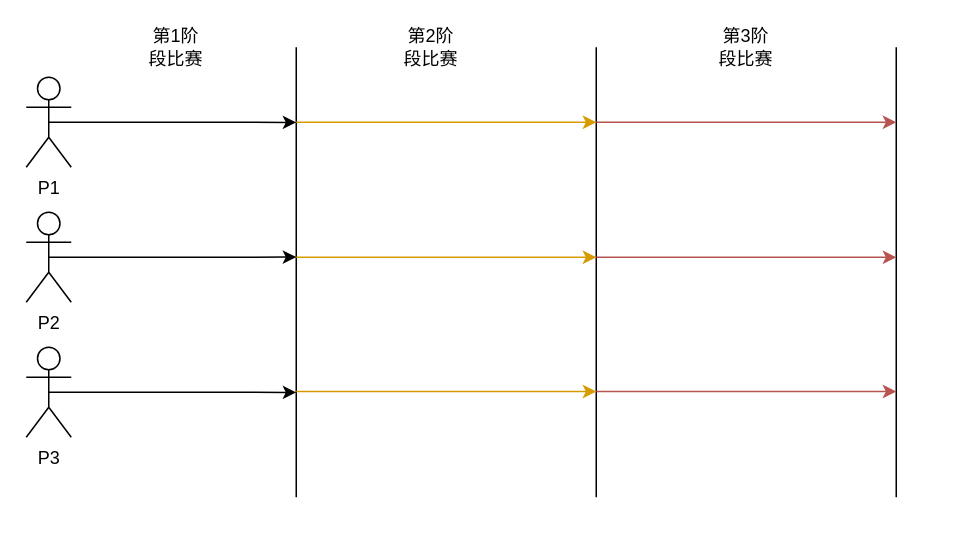
Before: 51cto_jcp_cyclicBarrer.drawio in bluefantasy2014/draw.io, a draw.io diagram. Source tidied: cells renumbered, new cells numbered last; positions are measured from the earlier drawing's top-left corner, leaving out a move shared by most shapes. Both pictures are drawn from the tidied source at 150%, with x=0, y=0 at pixel (26, 32).
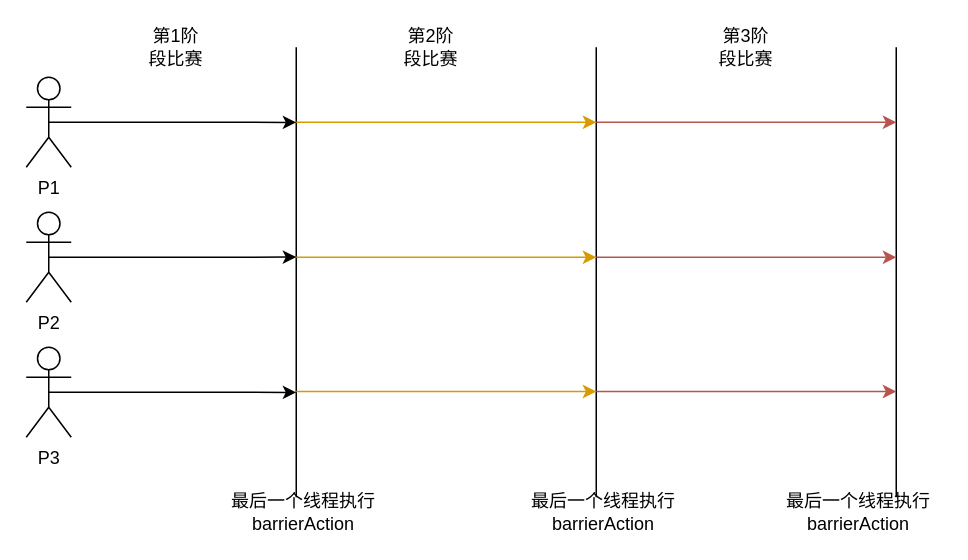
The same page after the edit.

What changed in the source:
```diff
@@
+    <mxCell id="20" value="最后一个线程执行&lt;span&gt;barrierAction&lt;/span&gt;" style="text;html=1;strokeColor=none;fillColor=none;align=center;verticalAlign=middle;whiteSpace=wrap;rounded=0;" parent="1" vertex="1">
+      <mxGeometry x="130" y="310" width="110" height="20" as="geometry" />
+    </mxCell>
+    <mxCell id="21" value="最后一个线程执行&lt;span&gt;barrierAction&lt;/span&gt;" style="text;html=1;strokeColor=none;fillColor=none;align=center;verticalAlign=middle;whiteSpace=wrap;rounded=0;" parent="1" vertex="1">
+      <mxGeometry x="500" y="310" width="110" height="20" as="geometry" />
+    </mxCell>
+    <mxCell id="22" value="最后一个线程执行&lt;span&gt;barrierAction&lt;/span&gt;" style="text;html=1;strokeColor=none;fillColor=none;align=center;verticalAlign=middle;whiteSpace=wrap;rounded=0;" parent="1" vertex="1">
+      <mxGeometry x="330" y="310" width="110" height="20" as="geometry" />
+    </mxCell>
```
